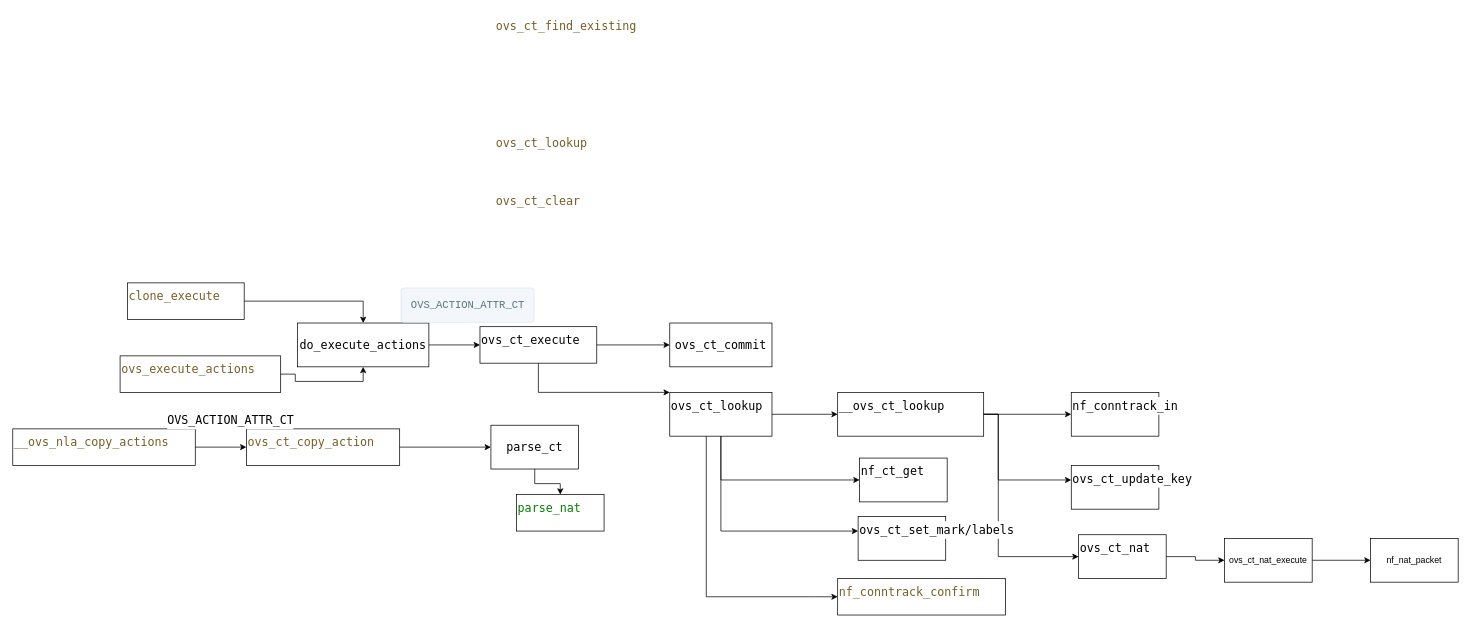
This is page "ovs ct" (2 of 4) of linux内核网络分析.drawio from enzoyes/desginsindraw, a draw.io file, before an edit. Source tidied: cells renumbered, new cells numbered last; positions are measured from the earlier drawing's top-left corner, leaving out a move shared by most shapes. Both pictures are drawn from the tidied source at 73%, with x=0, y=0 at pixel (12, 12).
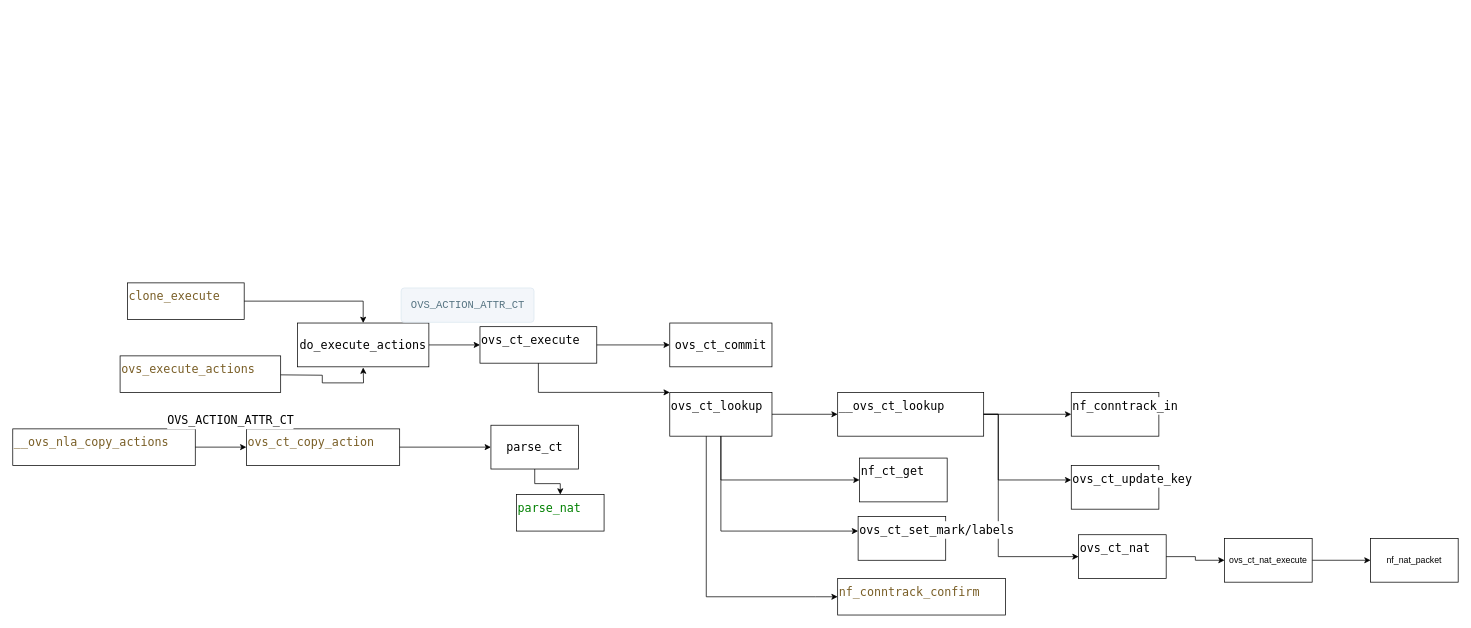
After the change.

The change refers to these unchanged cells:
```xml
<mxCell id="18" value="&lt;div style=&quot;background-color: rgb(255, 255, 255); font-family: Menlo, Monaco, &amp;quot;Courier New&amp;quot;, monospace; font-size: 16px; line-height: 24px;&quot;&gt;do_execute_actions&lt;/div&gt;" style="rounded=0;whiteSpace=wrap;html=1;" parent="1" vertex="1">
  <mxGeometry x="390" y="425" width="180" height="60" as="geometry" />
</mxCell>
<mxCell id="39" value="&lt;div style=&quot;color: rgb(0, 0, 0); background-color: rgb(255, 255, 255); font-family: Menlo, Monaco, &amp;quot;Courier New&amp;quot;, monospace; font-weight: normal; font-size: 16px; line-height: 24px;&quot;&gt;&lt;div&gt;&lt;span style=&quot;color: #795e26;&quot;&gt;ovs_execute_actions&lt;/span&gt;&lt;/div&gt;&lt;/div&gt;" style="text;whiteSpace=wrap;html=1;strokeColor=default;" parent="1" vertex="1">
  <mxGeometry x="147" y="470" width="220" height="50" as="geometry" />
</mxCell>
```

What changed in the source:
```diff
@@
-    <mxCell id="2" value="&lt;div style=&quot;color: rgb(0, 0, 0); background-color: rgb(255, 255, 255); font-family: Menlo, Monaco, &amp;quot;Courier New&amp;quot;, monospace; font-weight: normal; font-size: 16px; line-height: 24px;&quot;&gt;&lt;div&gt;&lt;span style=&quot;color: #795e26;&quot;&gt;ovs_ct_find_existing&lt;/span&gt;&lt;/div&gt;&lt;/div&gt;" style="text;whiteSpace=wrap;html=1;" parent="1" vertex="1">
-      <mxGeometry x="660" width="230" height="50" as="geometry" />
-    </mxCell>
@@
-    <mxCell id="6" value="&lt;div style=&quot;color: rgb(0, 0, 0); background-color: rgb(255, 255, 255); font-family: Menlo, Monaco, &amp;quot;Courier New&amp;quot;, monospace; font-weight: normal; font-size: 16px; line-height: 24px;&quot;&gt;&lt;div&gt;&lt;span style=&quot;color: #795e26;&quot;&gt;ovs_ct_lookup&lt;/span&gt;&lt;/div&gt;&lt;/div&gt;" style="text;whiteSpace=wrap;html=1;" parent="1" vertex="1">
-      <mxGeometry x="660" y="160" width="160" height="50" as="geometry" />
-    </mxCell>
-    <mxCell id="7" value="&lt;div style=&quot;color: rgb(0, 0, 0); background-color: rgb(255, 255, 255); font-family: Menlo, Monaco, &amp;quot;Courier New&amp;quot;, monospace; font-weight: normal; font-size: 16px; line-height: 24px;&quot;&gt;&lt;div&gt;&lt;span style=&quot;color: #795e26;&quot;&gt;ovs_ct_clear&lt;/span&gt;&lt;/div&gt;&lt;/div&gt;" style="text;whiteSpace=wrap;html=1;" parent="1" vertex="1">
-      <mxGeometry x="660" y="240" width="150" height="50" as="geometry" />
-    </mxCell>
@@
-    <mxCell id="38" style="edgeStyle=orthogonalEdgeStyle;rounded=0;jettySize=auto;html=1;entryX=0.5;entryY=1;entryDx=0;entryDy=0;" parent="1" edge="1" source="39" target="18">
-      <mxGeometry relative="1" as="geometry" />
+    <mxCell id="38" style="edgeStyle=orthogonalEdgeStyle;rounded=0;orthogonalLoop=1;jettySize=auto;html=1;entryX=0.5;entryY=1;entryDx=0;entryDy=0;" parent="1" edge="1">
+      <mxGeometry relative="1" as="geometry">
+        <mxPoint x="367" y="496" as="sourcePoint" />
+        <mxPoint x="480" y="486" as="targetPoint" />
+      </mxGeometry>
     </mxCell>
```
